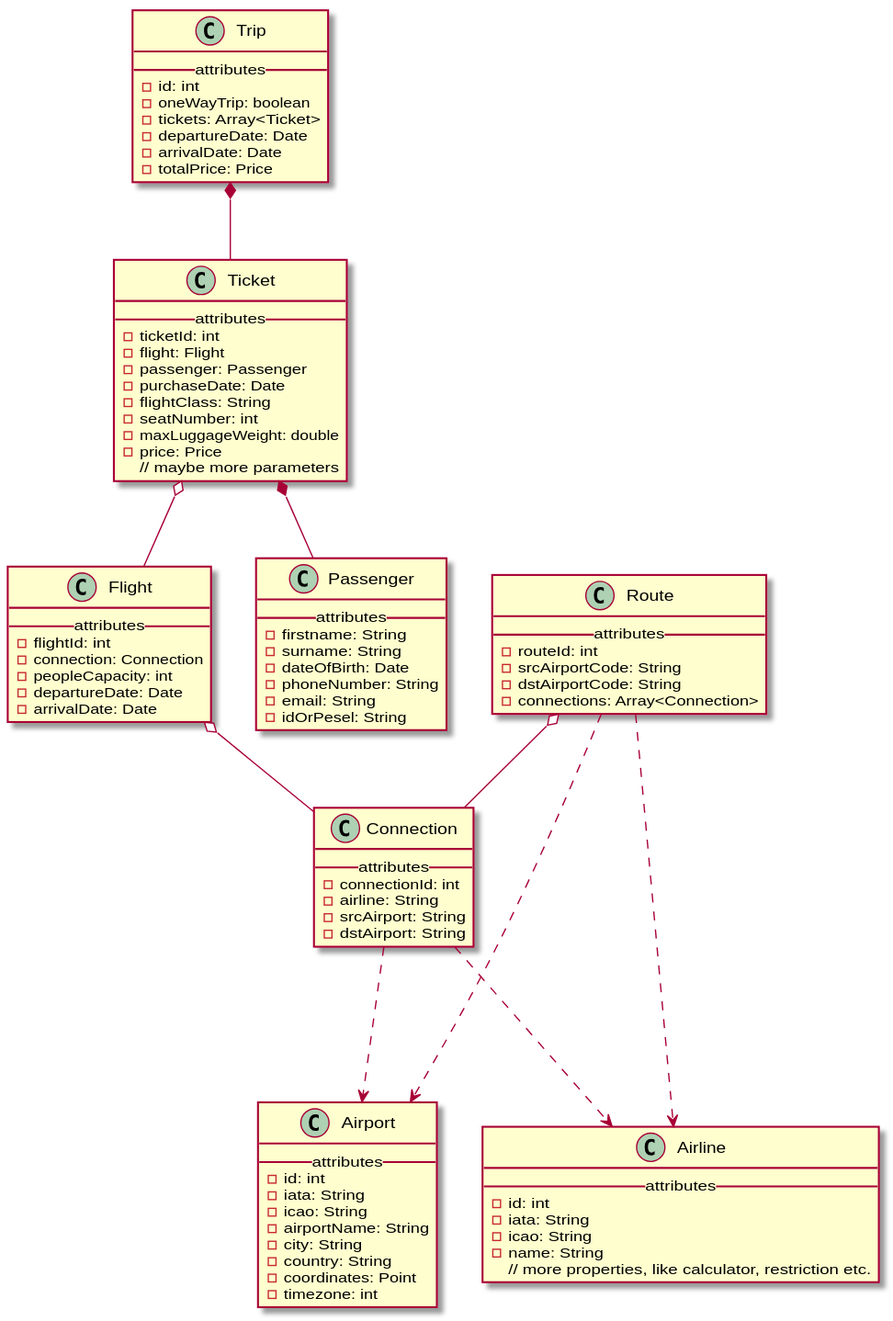
Earlier version of the PlantUML export diagrams/entities/entities.svg (wydra98/Flight-booking-backend).
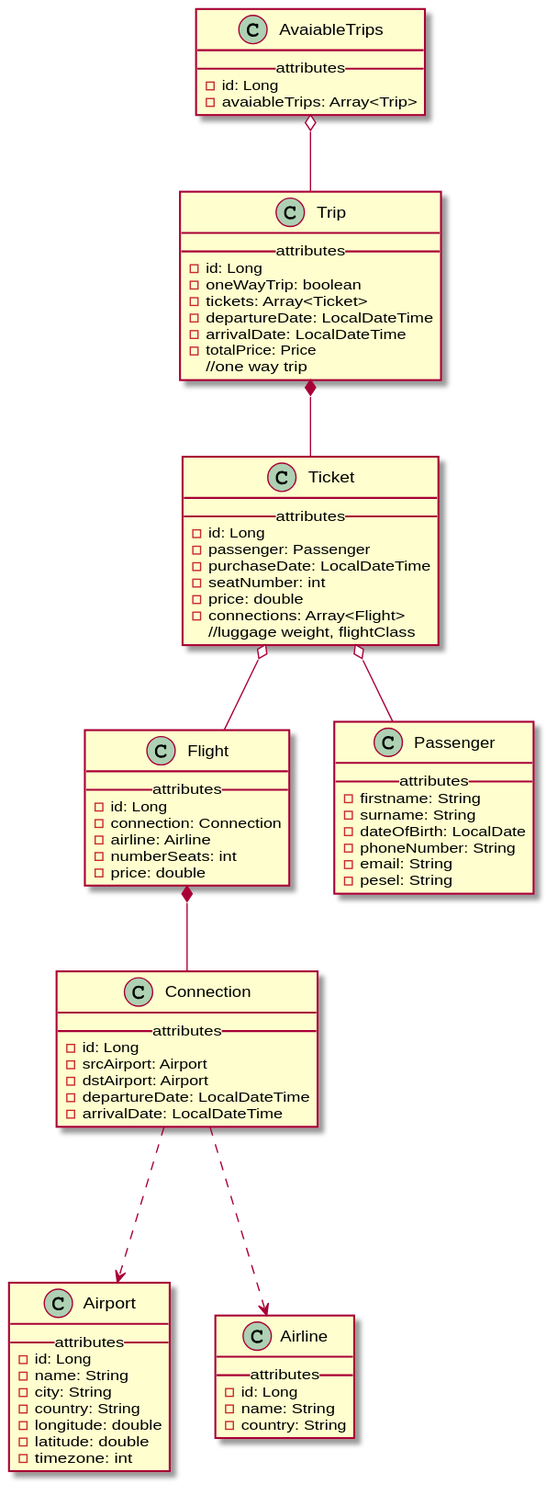
After the change.

The edit, as a diff of the source:
```diff
@@ -1,92 +1,83 @@
-@startuml entities
-
+@startuml
 class Airport {
   __ attributes __
-  - id: int
-  - iata: String
-  - icao: String
-  - airportName: String
+  - id: Long
+  - name: String
   - city: String
   - country: String
-  - coordinates: Point
+  - longitude: double
+  - latitude: double
   - timezone: int
 }
 
 class Airline {
   __ attributes __
-  - id: int
-  - iata: String
-  - icao: String
+  - id: Long
   - name: String
-  // more properties, like calculator, restriction etc.
-}
-
-class Route {
-  __ attributes __
-  - routeId: int
-  - srcAirportCode: String
-  - dstAirportCode: String
-  - connections: Array<Connection>
+  - country: String
 }
 
 class Connection {
   __ attributes __
-  - connectionId: int
-  - airline: String
-  - srcAirport: String
-  - dstAirport: String
+  - id: Long
+  - srcAirport: Airport
+  - dstAirport: Airport
+  - departureDate: LocalDateTime
+  - arrivalDate: LocalDateTime
 }
 
 class Flight {
   __ attributes __
-  - flightId: int
+  - id: Long
   - connection: Connection
-  - peopleCapacity: int
-  - departureDate: Date
-  - arrivalDate: Date
+  - airline: Airline
+  - numberSeats: int
+  - price: double
 }
 
 class Ticket {
   __ attributes __
-  - ticketId: int
-  - flight: Flight
+  - id: Long
   - passenger: Passenger
-  - purchaseDate: Date
-  - flightClass: String
+  - purchaseDate: LocalDateTime
   - seatNumber: int
-  - maxLuggageWeight: double
-  - price: Price
-  // maybe more parameters
+  - price: double
+  - connections: Array<Flight>
+  //luggage weight, flightClass
 }
 
 class Passenger {
   __ attributes __
   -firstname: String
   -surname: String
-  -dateOfBirth: Date
+  -dateOfBirth: LocalDate
   -phoneNumber: String
   -email: String
-  -idOrPesel: String
+  -pesel: String
 }
 
 class Trip {
   __ attributes __
-  - id: int
+  - id: Long
   - oneWayTrip: boolean
   - tickets: Array<Ticket>
-  - departureDate: Date
-  - arrivalDate: Date
+  - departureDate: LocalDateTime
+  - arrivalDate: LocalDateTime
   - totalPrice: Price
+  //one way trip
 }
 
-Route --.> Airport
-Route --.> Airline
-Route o-- Connection
+class AvaiableTrips {
+  __ attributes __
+  - id: Long
+  - avaiableTrips: Array<Trip>
+}
+
 Connection --.> Airline
 Connection --.> Airport
-Flight o-- Connection
+Flight *-- Connection
+Ticket o-- Passenger
 Ticket o-- Flight
-Ticket *-- Passenger
 Trip *-- Ticket
-
+AvaiableTrips o-- Trip
 @enduml
```
